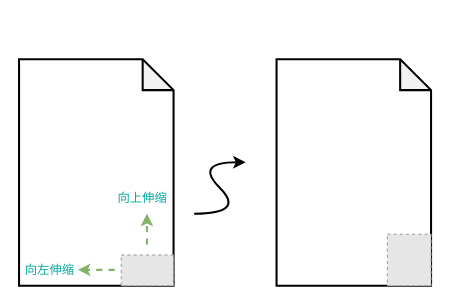
ShawnTu/git-tutorial keeps this draw.io diagram as 4.drawio. Above is the earlier version. Source tidied: cells renumbered, new cells numbered last; positions are measured from the earlier drawing's top-left corner, leaving out a move shared by most shapes. Both pictures are drawn from the tidied source at 103%, with x=0, y=0 at pixel (19, 59). Pictures stored in the file or linked from it are replaced by grey dashed boxes.
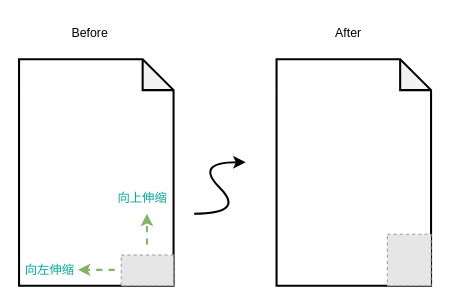
The same page after the edit.

What changed in the source:
```diff
@@
 <mxGraphModel>
   <root>
     <mxCell id="0" />
     <mxCell id="1" parent="0" />
     <mxCell id="2" style="shape=note;whiteSpace=wrap;html=1;backgroundOutline=1;darkOpacity=0.05;strokeWidth=2;" parent="1" vertex="1">
       <mxGeometry width="150" height="220" as="geometry" />
     </mxCell>
     <mxCell id="3" style="shape=note;whiteSpace=wrap;html=1;backgroundOutline=1;darkOpacity=0.05;strokeWidth=2;" parent="1" vertex="1">
       <mxGeometry x="250" width="150" height="220" as="geometry" />
     </mxCell>
     <mxCell id="4" style="curved=1;endArrow=classic;html=1;rounded=0;strokeWidth=2;" parent="1" edge="1">
       <mxGeometry relative="1" as="geometry">
         <mxPoint x="170" y="150" as="sourcePoint" />
         <mxPoint x="220" y="100" as="targetPoint" />
         <Array as="points">
           <mxPoint x="220" y="150" />
           <mxPoint x="170" y="100" />
         </Array>
       </mxGeometry>
     </mxCell>
     <mxCell id="5" style="fillColor=#E6E6E6;strokeColor=#999999;dashed=1;verticalLabelPosition=bottom;labelBackgroundColor=default;verticalAlign=top;" parent="1" vertex="1">
       <mxGeometry x="99.2" y="190" width="50.8" height="30" as="geometry" />
     </mxCell>
     <mxCell id="6" style="endArrow=classic;html=1;rounded=0;strokeWidth=2;entryX=0.533;entryY=0.591;entryDx=0;entryDy=0;entryPerimeter=0;dashed=1;fillColor=#d5e8d4;strokeColor=#82b366;" parent="1" edge="1">
       <mxGeometry relative="1" as="geometry">
         <mxPoint x="124.2" y="180" as="sourcePoint" />
         <mxPoint x="124.1" y="150" as="targetPoint" />
       </mxGeometry>
     </mxCell>
     <mxCell id="7" style="fillColor=#E6E6E6;strokeColor=#999999;dashed=1;verticalLabelPosition=bottom;labelBackgroundColor=default;verticalAlign=top;" parent="1" vertex="1">
       <mxGeometry x="357.6" y="170" width="42.4" height="50" as="geometry" />
     </mxCell>
     <mxCell id="8" style="endArrow=classic;html=1;rounded=0;strokeWidth=2;dashed=1;fillColor=#d5e8d4;strokeColor=#82b366;" parent="1" edge="1">
       <mxGeometry relative="1" as="geometry">
         <mxPoint x="92.9" y="204.5" as="sourcePoint" />
         <mxPoint x="57.1" y="204.5" as="targetPoint" />
       </mxGeometry>
     </mxCell>
     <mxCell id="9" value="&lt;font color=&quot;#08a89c&quot;&gt;向上伸缩&lt;/font&gt;" style="text;html=1;strokeColor=none;fillColor=none;align=center;verticalAlign=middle;whiteSpace=wrap;rounded=0;" parent="1" vertex="1">
       <mxGeometry x="90" y="120" width="60" height="30" as="geometry" />
     </mxCell>
     <mxCell id="10" value="&lt;font color=&quot;#08a89c&quot;&gt;向左伸缩&lt;/font&gt;" style="text;html=1;strokeColor=none;fillColor=none;align=center;verticalAlign=middle;whiteSpace=wrap;rounded=0;" parent="1" vertex="1">
       <mxGeometry y="190" width="60" height="30" as="geometry" />
     </mxCell>
+    <mxCell id="11" value="&lt;font color=&quot;#000000&quot;&gt;Before&lt;/font&gt;" style="text;html=1;strokeColor=none;fillColor=none;align=center;verticalAlign=middle;whiteSpace=wrap;rounded=0;fontColor=#08A89C;" parent="1" vertex="1">
+      <mxGeometry x="39" y="-40" width="60" height="30" as="geometry" />
+    </mxCell>
+    <mxCell id="12" value="&lt;font color=&quot;#000000&quot;&gt;After&lt;/font&gt;" style="text;html=1;strokeColor=none;fillColor=none;align=center;verticalAlign=middle;whiteSpace=wrap;rounded=0;fontColor=#08A89C;" parent="1" vertex="1">
+      <mxGeometry x="290" y="-40" width="60" height="30" as="geometry" />
+    </mxCell>
   </root>
 </mxGraphModel>
```
